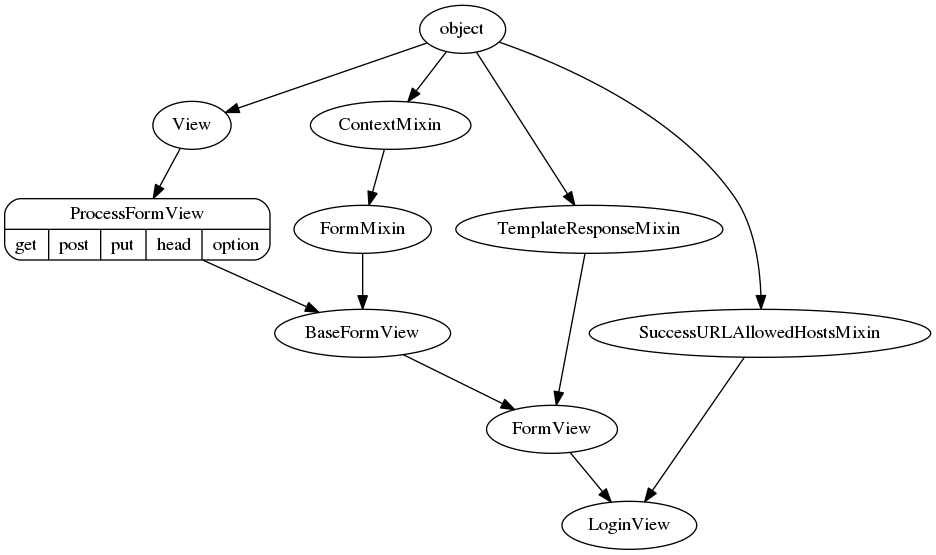
Above: apple/LoginView.png in an9wer/djangos (Graphviz), before the change. Its source is kept beside it as apple/LoginView.gv.
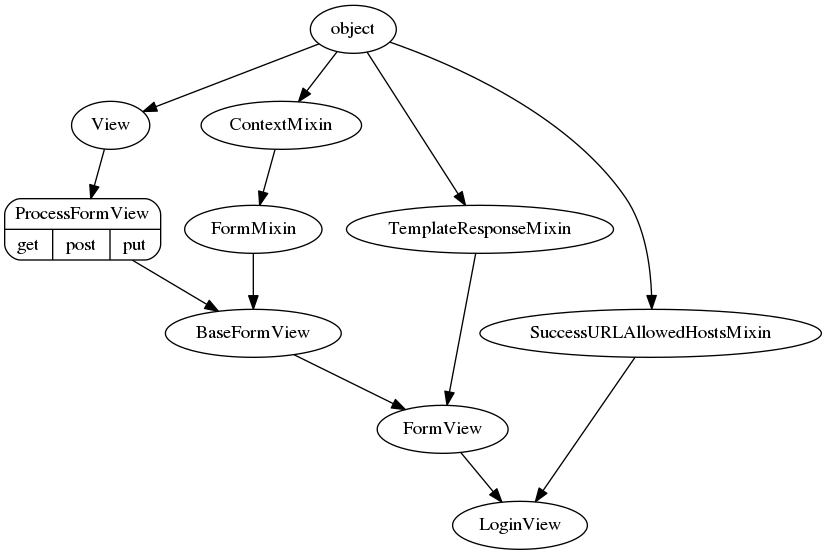
After the change.

Change to the diagram source:
```diff
@@ -10,7 +10,7 @@
 
     ContextMixin -> FormMixin;
 
-    ProcessFormView [shape=Mrecord, label="{ProcessFormView | {{{get| post| put | head | option}}}}"];
+    ProcessFormView [shape=Mrecord, label="{ProcessFormView | {get| post| put}}"];
     View -> ProcessFormView;
 
     FormMixin -> BaseFormView;
```
